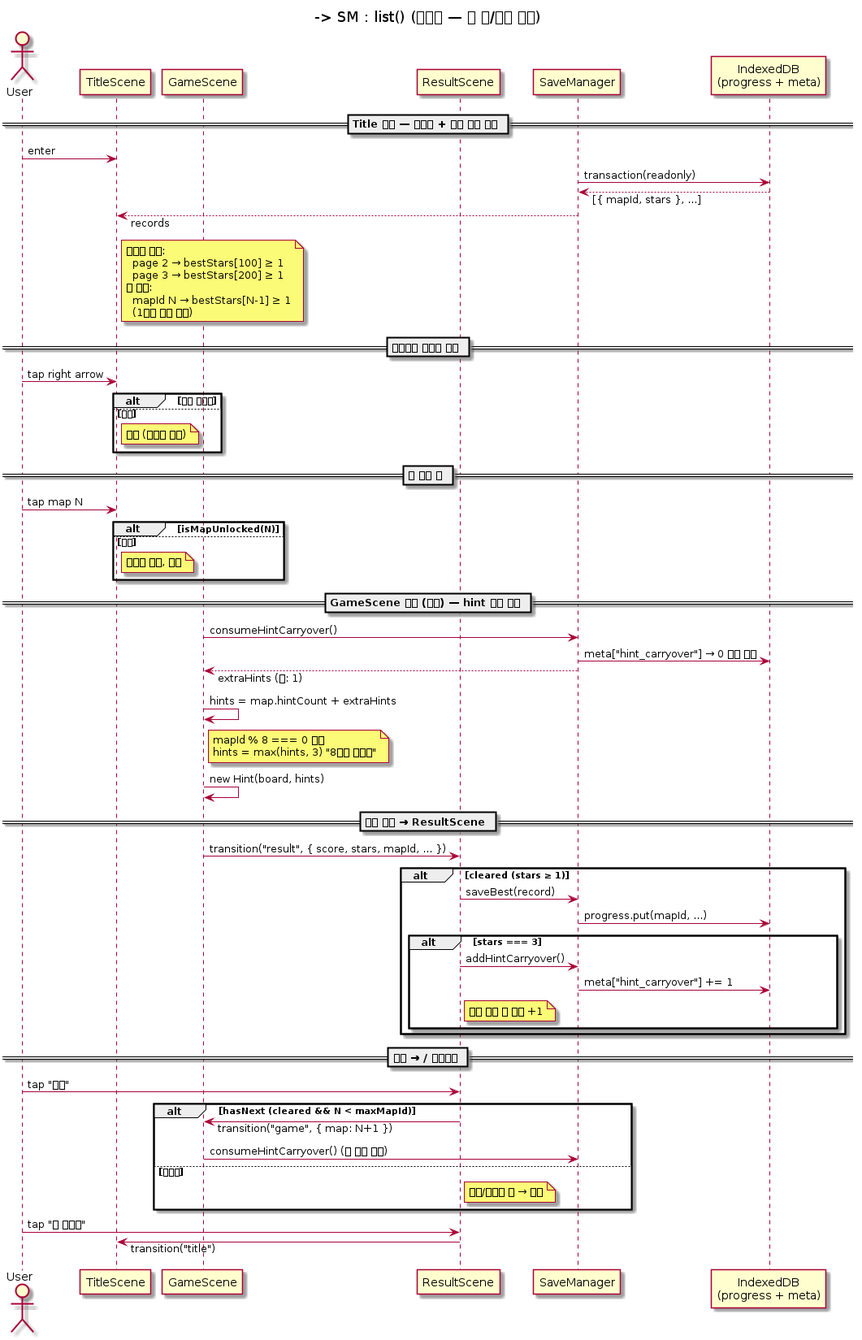
Before: docs/uml/sequence-progression.png, a diagram exported from PlantUML (chobocho/make10). Its source is kept beside it as docs/uml/sequence-progression.puml. Source of this version:
```plantuml
@startuml sequence-progression
title Level Progression — Sequential Lock + Page Gating + ★3 Hint Carryover
skinparam responseMessageBelowArrow true
actor User
participant "TitleScene" as Title
participant "GameScene" as GS
participant "ResultScene" as RS
participant "SaveManager" as SM
participant "IndexedDB\n(progress + meta)" as IDB

== Title 진입 — 페이지 + 잠금 상태 표시 ==
User -> Title : enter
Title -> SM : list() (progress 전체)
SM -> IDB : transaction(readonly)
IDB --> SM : [{ mapId, stars }, ...]
SM --> Title : records
Title -> Title : page = 1 (1-100 표시)
note right of Title
  페이지 잠금:
    page 2 → bestStars[100] ≥ 1
    page 3 → bestStars[200] ≥ 1
  맵 잠금:
    mapId N → bestStars[N-1] ≥ 1
    (1번은 항상 해제)
end note

== 화살표로 페이지 이동 ==
User -> Title : tap right arrow
alt 잠금 해제됨
  Title -> Title : page++ , scrollY = 0
else 잠금
  note right of Title : 무시 (사운드 없음)
end

== 맵 카드 탭 ==
User -> Title : tap map N
alt isMapUnlocked(N)
  Title -> GS : transition("game", { map })
else 잠김
  note right of Title : 자물쇠 표시, 무시
end

== GameScene 진입 (신규) — hint 보충 적용 ==
GS -> SM : consumeHintCarryover()
SM -> IDB : meta["hint_carryover"] → 0 으로 리셋
SM --> GS : extraHints (예: 1)
GS -> GS : hints = map.hintCount + extraHints
note right of GS
  mapId % 8 === 0 이면
  hints = max(hints, 3) "8마다 채우기"
end note
GS -> GS : new Hint(board, hints)

== 게임 종료 → ResultScene ==
GS -> RS : transition("result", { score, stars, mapId, ... })
alt cleared (stars ≥ 1)
  RS -> SM : saveBest(record)
  SM -> IDB : progress.put(mapId, ...)
  alt stars === 3
    RS -> SM : addHintCarryover()
    SM -> IDB : meta["hint_carryover"] += 1
    note right of RS : 다음 진입 시 자동 +1
  end
end

== 다음 → / 다시하기 ==
User -> RS : tap "다음"
alt hasNext (cleared && N < maxMapId)
  RS -> GS : transition("game", { map: N+1 })
  GS -> SM : consumeHintCarryover() (위 흐름 반복)
else 비활성
  note right of RS : 실패/마지막 맵 → 무시
end

User -> RS : tap "🏠 타이틀"
RS -> Title : transition("title")
Title -> SM : list() (재로드 — 새 별/잠금 반영)
@enduml
```
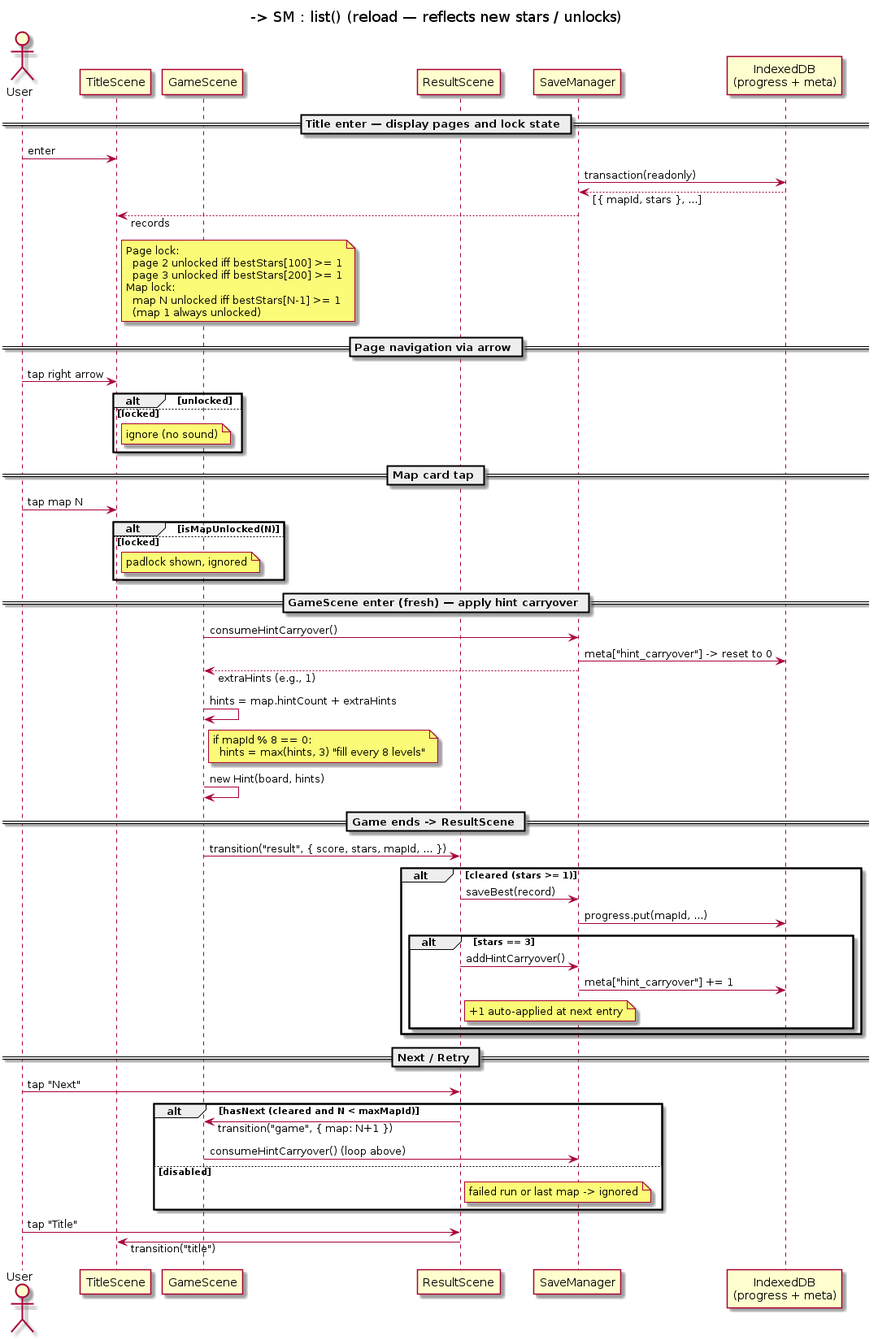
After the commit.

The edit, as a diff of the source:
```diff
@@ -1,5 +1,5 @@
 @startuml sequence-progression
-title Level Progression — Sequential Lock + Page Gating + ★3 Hint Carryover
+title Level Progression — Sequential Lock + Page Gating + Three-Star Hint Carryover
 skinparam responseMessageBelowArrow true
 actor User
 participant "TitleScene" as Title
@@ -8,71 +8,71 @@
 participant "SaveManager" as SM
 participant "IndexedDB\n(progress + meta)" as IDB
 
-== Title 진입 — 페이지 + 잠금 상태 표시 ==
+== Title enter — display pages and lock state ==
 User -> Title : enter
-Title -> SM : list() (progress 전체)
+Title -> SM : list() (all progress records)
 SM -> IDB : transaction(readonly)
 IDB --> SM : [{ mapId, stars }, ...]
 SM --> Title : records
-Title -> Title : page = 1 (1-100 표시)
+Title -> Title : page = 1 (shows 1-100)
 note right of Title
-  페이지 잠금:
-    page 2 → bestStars[100] ≥ 1
-    page 3 → bestStars[200] ≥ 1
-  맵 잠금:
-    mapId N → bestStars[N-1] ≥ 1
-    (1번은 항상 해제)
+  Page lock:
+    page 2 unlocked iff bestStars[100] >= 1
+    page 3 unlocked iff bestStars[200] >= 1
+  Map lock:
+    map N unlocked iff bestStars[N-1] >= 1
+    (map 1 always unlocked)
 end note
 
-== 화살표로 페이지 이동 ==
+== Page navigation via arrow ==
 User -> Title : tap right arrow
-alt 잠금 해제됨
+alt unlocked
   Title -> Title : page++ , scrollY = 0
-else 잠금
-  note right of Title : 무시 (사운드 없음)
+else locked
+  note right of Title : ignore (no sound)
 end
 
-== 맵 카드 탭 ==
+== Map card tap ==
 User -> Title : tap map N
 alt isMapUnlocked(N)
   Title -> GS : transition("game", { map })
-else 잠김
-  note right of Title : 자물쇠 표시, 무시
+else locked
+  note right of Title : padlock shown, ignored
 end
 
-== GameScene 진입 (신규) — hint 보충 적용 ==
+== GameScene enter (fresh) — apply hint carryover ==
 GS -> SM : consumeHintCarryover()
-SM -> IDB : meta["hint_carryover"] → 0 으로 리셋
-SM --> GS : extraHints (예: 1)
+SM -> IDB : meta["hint_carryover"] -> reset to 0
+SM --> GS : extraHints (e.g., 1)
 GS -> GS : hints = map.hintCount + extraHints
 note right of GS
-  mapId % 8 === 0 이면
-  hints = max(hints, 3) "8마다 채우기"
+  if mapId % 8 == 0:
+    hints = max(hints, 3) "fill every 8 levels"
 end note
 GS -> GS : new Hint(board, hints)
 
-== 게임 종료 → ResultScene ==
+== Game ends -> ResultScene ==
 GS -> RS : transition("result", { score, stars, mapId, ... })
-alt cleared (stars ≥ 1)
+alt cleared (stars >= 1)
   RS -> SM : saveBest(record)
   SM -> IDB : progress.put(mapId, ...)
-  alt stars === 3
+  alt stars == 3
     RS -> SM : addHintCarryover()
     SM -> IDB : meta["hint_carryover"] += 1
-    note right of RS : 다음 진입 시 자동 +1
+    note right of RS : +1 auto-applied at next entry
   end
 end
 
-== 다음 → / 다시하기 ==
-User -> RS : tap "다음"
-alt hasNext (cleared && N < maxMapId)
+== Next / Retry ==
+User -> RS : tap "Next"
+alt hasNext (cleared and N < maxMapId)
   RS -> GS : transition("game", { map: N+1 })
-  GS -> SM : consumeHintCarryover() (위 흐름 반복)
-else 비활성
-  note right of RS : 실패/마지막 맵 → 무시
+  GS -> SM : consumeHintCarryover() (loop above)
+else disabled
+  note right of RS : failed run or last map -> ignored
 end
 
-User -> RS : tap "🏠 타이틀"
+User -> RS : tap "Title"
 RS -> Title : transition("title")
-Title -> SM : list() (재로드 — 새 별/잠금 반영)
+Title -> SM : list() (reload — reflects new stars / unlocks)
 @enduml
```
